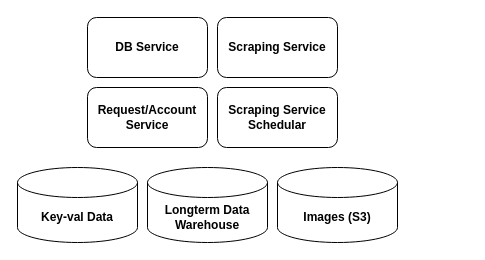
jacob-petterle/turo-scraper keeps this draw.io diagram as page "Services Diagram" (3 of 7) of design/System Design.drawio. Above is the earlier version. Source tidied: cells renumbered, new cells numbered last; positions are measured from the earlier drawing's top-left corner, leaving out a move shared by most shapes. Both pictures are drawn from the tidied source at 100%, with x=0, y=0 at pixel (17, 17).
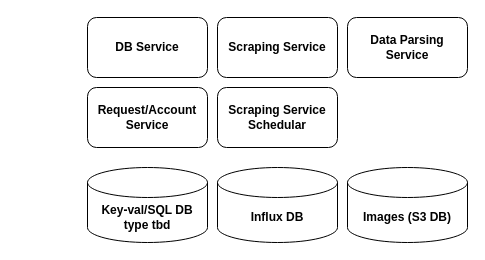
After the change.

The edit, as a diff of the source:
```diff
@@
 <mxGraphModel>
   <root>
     <mxCell id="0" />
     <mxCell id="1" parent="0" />
     <mxCell id="2" value="&lt;b&gt;Request/Account Service&lt;/b&gt;" style="rounded=1;whiteSpace=wrap;html=1;" parent="1" vertex="1">
       <mxGeometry x="70" y="70" width="120" height="60" as="geometry" />
     </mxCell>
     <mxCell id="3" value="&lt;b&gt;DB Service&lt;/b&gt;" style="rounded=1;whiteSpace=wrap;html=1;" parent="1" vertex="1">
       <mxGeometry x="70" width="120" height="60" as="geometry" />
     </mxCell>
     <mxCell id="4" value="&lt;b&gt;Scraping Service&lt;/b&gt;" style="rounded=1;whiteSpace=wrap;html=1;" parent="1" vertex="1">
       <mxGeometry x="200" width="120" height="60" as="geometry" />
     </mxCell>
     <mxCell id="5" value="&lt;b&gt;Scraping Service Schedular&lt;/b&gt;" style="rounded=1;whiteSpace=wrap;html=1;" parent="1" vertex="1">
       <mxGeometry x="200" y="70" width="120" height="60" as="geometry" />
     </mxCell>
-    <mxCell id="6" value="&lt;b&gt;Longterm Data Warehouse&lt;/b&gt;" style="shape=cylinder3;whiteSpace=wrap;html=1;boundedLbl=1;backgroundOutline=1;size=15;" parent="1" vertex="1">
-      <mxGeometry x="130" y="150" width="120" height="75" as="geometry" />
+    <mxCell id="6" value="&lt;b&gt;Influx DB&lt;/b&gt;" style="shape=cylinder3;whiteSpace=wrap;html=1;boundedLbl=1;backgroundOutline=1;size=15;" parent="1" vertex="1">
+      <mxGeometry x="200" y="150" width="120" height="75" as="geometry" />
     </mxCell>
-    <mxCell id="7" value="&lt;b&gt;Key-val Data&lt;/b&gt;" style="shape=cylinder3;whiteSpace=wrap;html=1;boundedLbl=1;backgroundOutline=1;size=15;" parent="1" vertex="1">
-      <mxGeometry y="150" width="120" height="75" as="geometry" />
+    <mxCell id="7" value="&lt;b&gt;Key-val/SQL DB&lt;br&gt;type tbd&lt;/b&gt;" style="shape=cylinder3;whiteSpace=wrap;html=1;boundedLbl=1;backgroundOutline=1;size=15;" parent="1" vertex="1">
+      <mxGeometry x="70" y="150" width="120" height="75" as="geometry" />
     </mxCell>
-    <mxCell id="8" value="&lt;b&gt;Images (S3)&lt;/b&gt;" style="shape=cylinder3;whiteSpace=wrap;html=1;boundedLbl=1;backgroundOutline=1;size=15;" parent="1" vertex="1">
-      <mxGeometry x="260" y="150" width="120" height="75" as="geometry" />
-    </mxCell>
+    <mxCell id="9" value="&lt;b&gt;Data Parsing Service&lt;/b&gt;" style="rounded=1;whiteSpace=wrap;html=1;" parent="1" vertex="1">
+      <mxGeometry x="330" width="120" height="60" as="geometry" />
+    </mxCell>
+    <mxCell id="10" value="&lt;b&gt;Images (S3 DB)&lt;/b&gt;" style="shape=cylinder3;whiteSpace=wrap;html=1;boundedLbl=1;backgroundOutline=1;size=15;" parent="1" vertex="1">
+      <mxGeometry x="330" y="150" width="120" height="75" as="geometry" />
+    </mxCell>
   </root>
 </mxGraphModel>
```
